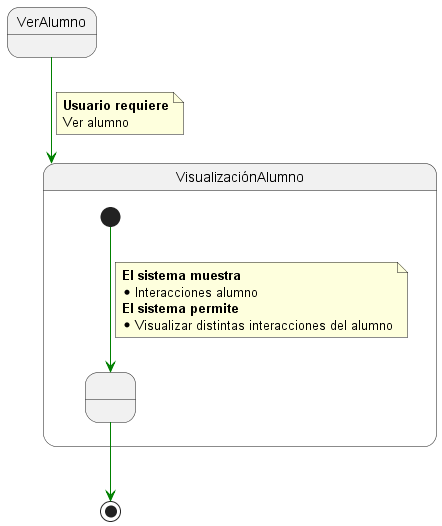
This is 000-entregas/Grupo1/DetalleCasosDeUso/images/VerAlumno.png from mmasias/IdSw1-22-23, a PlantUML export, as it was before one commit. Its diagram source:
```plantuml
@startuml VerAlumno

State VerAlumno


State VisualizaciónAlumno{

  State state1 as " "

  [*] -[#green]-> state1

  note on link
    <b>El sistema muestra
    * Interacciones alumno
    <b>El sistema permite
    * Visualizar distintas interacciones del alumno
  end note


}

VerAlumno-[#green]-> VisualizaciónAlumno

note on link
 <b>Usuario requiere
 Ver alumno
end note

state1 -[#green]-> [*]


@enduml
```
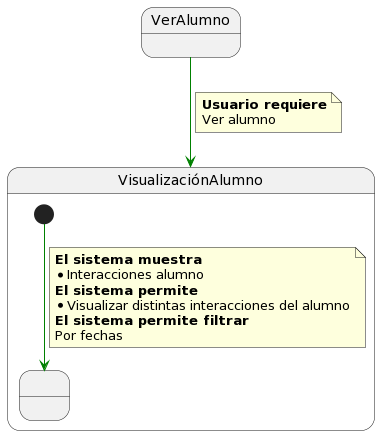
After the commit.

What changed in the source:
```diff
@@ -1,5 +1,4 @@
-@startuml VerAlumno
-
+@startuml
 State VerAlumno
 
 
@@ -14,6 +13,8 @@
     * Interacciones alumno
     <b>El sistema permite
     * Visualizar distintas interacciones del alumno
+    <b>El sistema permite filtrar
+    Por fechas
   end note
 
 
@@ -25,8 +26,4 @@
  <b>Usuario requiere
  Ver alumno
 end note
-
-state1 -[#green]-> [*]
-
-
 @enduml
```
